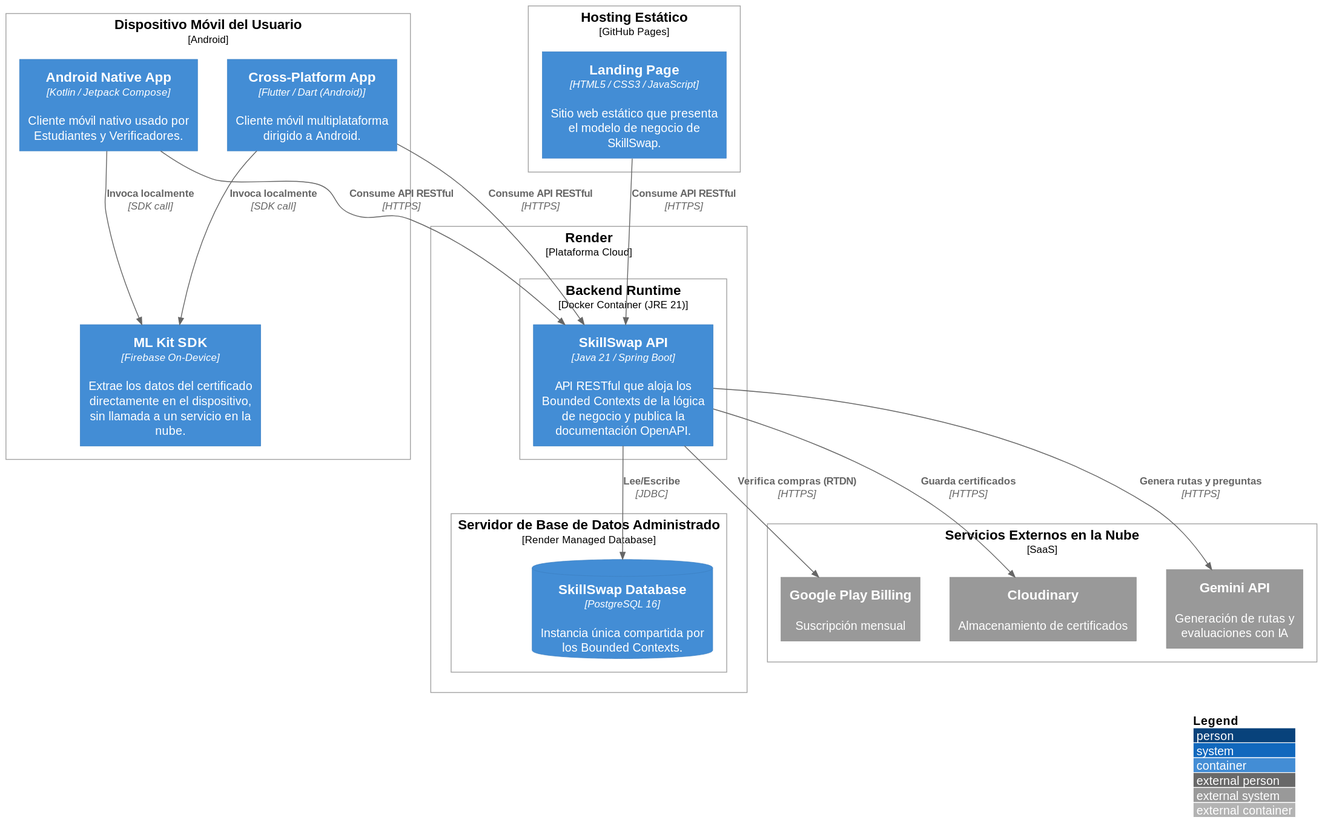
This is images-doc/c4-deployment-diagram.svg from Aplicaciones-Dispositivos-Moviles/SkillSwap-ProjectReport, a PlantUML export, as it was before one commit. Its diagram source:
```plantuml
@startuml
!include https://raw.githubusercontent.com/plantuml-stdlib/C4-PlantUML/master/C4_Deployment.puml

LAYOUT_WITH_LEGEND()

Deployment_Node(userDevice, "Dispositivo Móvil del Usuario", "Android"){
    Container(androidApp, "Android Native App", "Kotlin / Jetpack Compose", "Cliente móvil nativo usado por Estudiantes y Verificadores.")
    Container(flutterApp, "Cross-Platform App", "Flutter / Dart (Android)", "Cliente móvil multiplataforma dirigido a Android.")
    Container(mlKitSdk, "ML Kit SDK", "Firebase On-Device", "Extrae los datos del certificado directamente en el dispositivo, sin llamada a un servicio en la nube.")
}

Deployment_Node(staticHosting, "Hosting Estático", "GitHub Pages"){
    Container(landingPage, "Landing Page", "HTML5 / CSS3 / JavaScript", "Sitio web estático que presenta el modelo de negocio de SkillSwap.")
}

Deployment_Node(cloudPlatform, "Render", "Plataforma Cloud"){
    Deployment_Node(backendRuntime, "Backend Runtime", "Docker Container (JRE 21)"){
        Container(api, "SkillSwap API", "Java 21 / Spring Boot", "API RESTful que aloja los Bounded Contexts de la lógica de negocio y publica la documentación OpenAPI.")
    }
    Deployment_Node(dbServer, "Servidor de Base de Datos Administrado", "Render Managed Database"){
        ContainerDb(mainDB, "SkillSwap Database", "PostgreSQL 16", "Instancia única compartida por los Bounded Contexts.")
    }
}

Deployment_Node(externalCloud, "Servicios Externos en la Nube", "SaaS"){
    System_Ext(cloudStorage, "Cloudinary", "Almacenamiento de certificados")
    System_Ext(geminiApi, "Gemini API", "Generación de rutas y evaluaciones con IA")
    System_Ext(playBilling, "Google Play Billing", "Suscripción mensual")
}

Rel(androidApp, mlKitSdk, "Invoca localmente", "SDK call")
Rel(flutterApp, mlKitSdk, "Invoca localmente", "SDK call")

Rel(androidApp, api, "Consume API RESTful", "HTTPS")
Rel(flutterApp, api, "Consume API RESTful", "HTTPS")
Rel(landingPage, api, "Consume API RESTful", "HTTPS")

Rel(api, mainDB, "Lee/Escribe", "JDBC")

Rel(api, cloudStorage, "Guarda certificados", "HTTPS")
Rel(api, geminiApi, "Genera rutas y preguntas", "HTTPS")
Rel(api, playBilling, "Verifica compras (RTDN)", "HTTPS")
@enduml
```
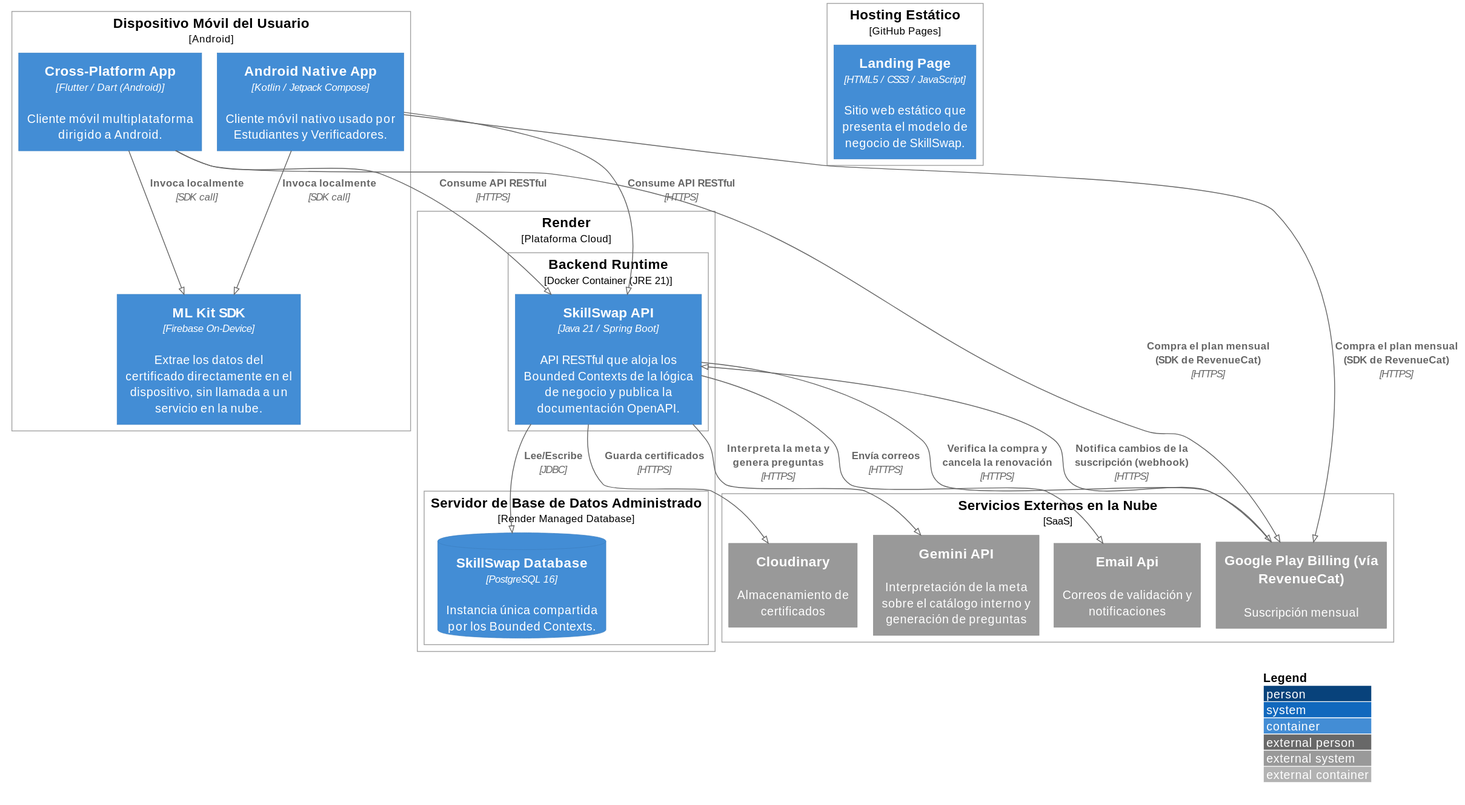
After the change.

Diff of the diagram source:
```diff
@@ -1,4 +1,5 @@
 @startuml
+!pragma layout smetana
 !include https://raw.githubusercontent.com/plantuml-stdlib/C4-PlantUML/master/C4_Deployment.puml
 
 LAYOUT_WITH_LEGEND()
@@ -24,8 +25,9 @@
 
 Deployment_Node(externalCloud, "Servicios Externos en la Nube", "SaaS"){
     System_Ext(cloudStorage, "Cloudinary", "Almacenamiento de certificados")
-    System_Ext(geminiApi, "Gemini API", "Generación de rutas y evaluaciones con IA")
-    System_Ext(playBilling, "Google Play Billing", "Suscripción mensual")
+    System_Ext(emailService, "Email Api", "Correos de validación y notificaciones")
+    System_Ext(geminiApi, "Gemini API", "Interpretación de la meta sobre el catálogo interno y generación de preguntas")
+    System_Ext(playBilling, "Google Play Billing (vía RevenueCat)", "Suscripción mensual")
 }
 
 Rel(androidApp, mlKitSdk, "Invoca localmente", "SDK call")
@@ -33,11 +35,14 @@
 
 Rel(androidApp, api, "Consume API RESTful", "HTTPS")
 Rel(flutterApp, api, "Consume API RESTful", "HTTPS")
-Rel(landingPage, api, "Consume API RESTful", "HTTPS")
 
 Rel(api, mainDB, "Lee/Escribe", "JDBC")
 
 Rel(api, cloudStorage, "Guarda certificados", "HTTPS")
-Rel(api, geminiApi, "Genera rutas y preguntas", "HTTPS")
-Rel(api, playBilling, "Verifica compras (RTDN)", "HTTPS")
+Rel(api, emailService, "Envía correos", "HTTPS")
+Rel(api, geminiApi, "Interpreta la meta y genera preguntas", "HTTPS")
+Rel(api, playBilling, "Verifica la compra y cancela la renovación", "HTTPS")
+Rel(playBilling, api, "Notifica cambios de la suscripción (webhook)", "HTTPS")
+Rel(androidApp, playBilling, "Compra el plan mensual (SDK de RevenueCat)", "HTTPS")
+Rel(flutterApp, playBilling, "Compra el plan mensual (SDK de RevenueCat)", "HTTPS")
 @enduml
```
